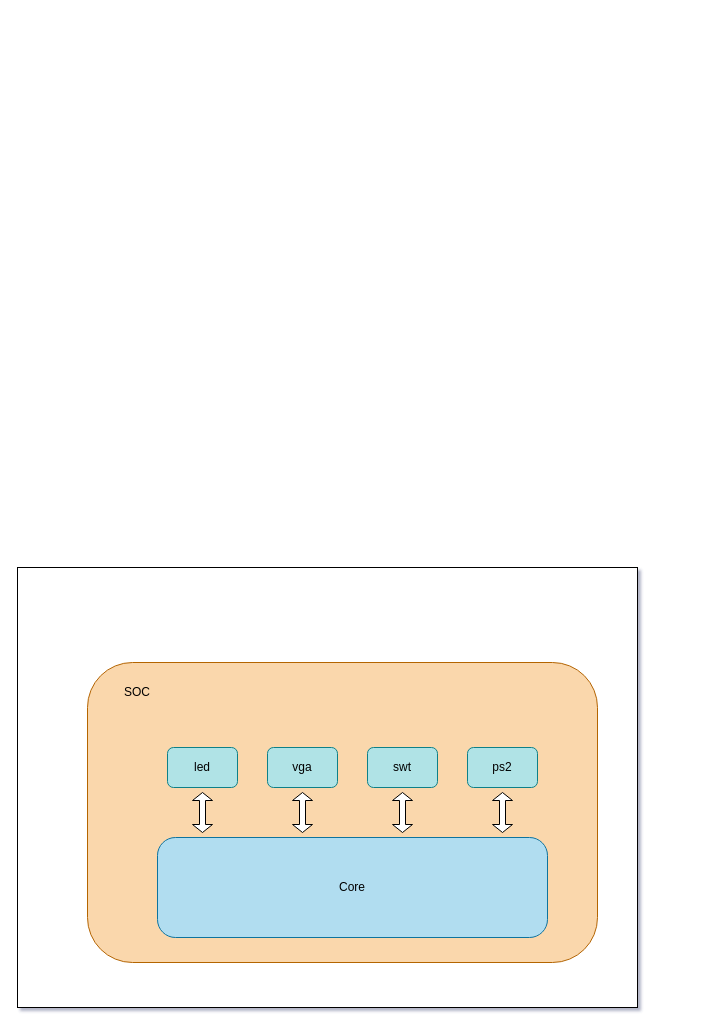
DavidZyy/drawio_repo keeps this draw.io diagram as page "Page-1" (1 of 2) of biyelunwen.drawio. Above is the earlier version. Source tidied: cells renumbered, new cells numbered last; positions are measured from the earlier drawing's top-left corner, leaving out a move shared by most shapes. Both pictures are drawn from the tidied source at 100%, with x=0, y=0 at pixel (17, 567).
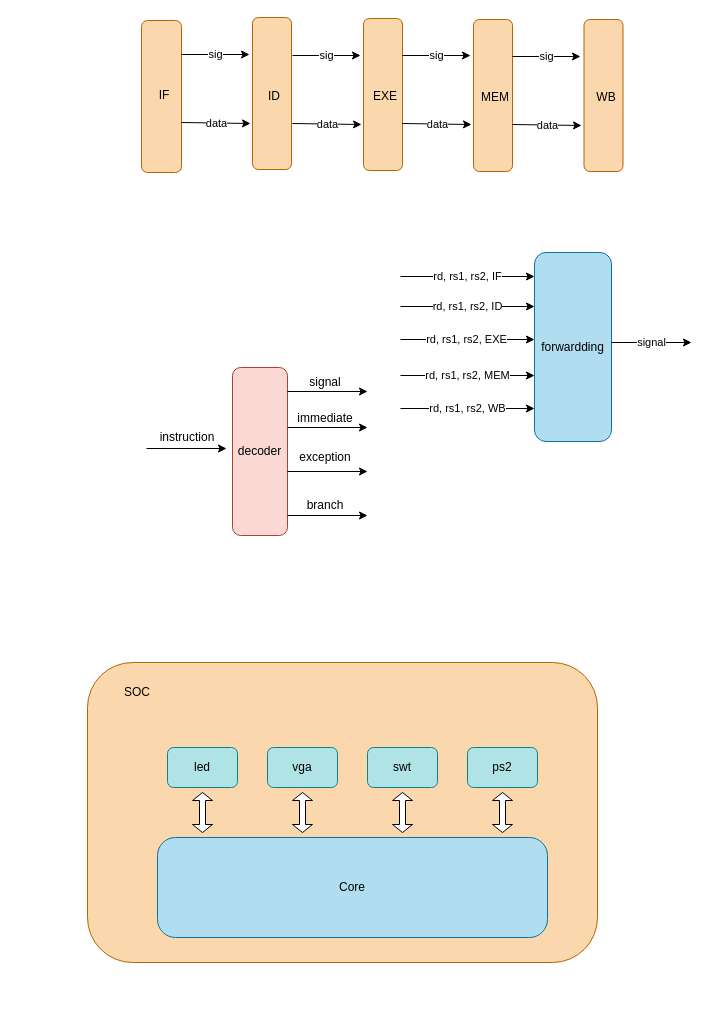
The same page after the edit.

What changed in the source:
```diff
@@
-<mxGraphModel shadow="1">
+<mxGraphModel background="#ffffff">
@@
-    <mxCell id="2" style="rounded=0;whiteSpace=wrap;html=1;" parent="1" vertex="1">
-      <mxGeometry width="620" height="440" as="geometry" />
-    </mxCell>
@@
+    <mxCell id="15" value="decoder" style="rounded=1;whiteSpace=wrap;html=1;shadow=0;fillColor=#fad9d5;strokeColor=#ae4132;" parent="1" vertex="1">
+      <mxGeometry x="215" y="-200" width="55" height="168" as="geometry" />
+    </mxCell>
+    <mxCell id="16" style="edgeStyle=none;orthogonalLoop=1;jettySize=auto;html=1;rounded=0;" parent="1" edge="1">
+      <mxGeometry relative="1" as="geometry">
+        <mxPoint x="129" y="-119" as="sourcePoint" />
+        <mxPoint x="209" y="-119" as="targetPoint" />
+      </mxGeometry>
+    </mxCell>
+    <mxCell id="17" value="instruction" style="text;strokeColor=none;align=center;fillColor=none;html=1;verticalAlign=middle;whiteSpace=wrap;rounded=0;" parent="1" vertex="1">
+      <mxGeometry x="140" y="-145" width="60" height="30" as="geometry" />
+    </mxCell>
+    <mxCell id="18" style="edgeStyle=none;orthogonalLoop=1;jettySize=auto;html=1;rounded=0;" parent="1" edge="1">
+      <mxGeometry relative="1" as="geometry">
+        <mxPoint x="270" y="-176" as="sourcePoint" />
+        <mxPoint x="350" y="-176" as="targetPoint" />
+      </mxGeometry>
+    </mxCell>
+    <mxCell id="19" style="edgeStyle=none;orthogonalLoop=1;jettySize=auto;html=1;rounded=0;" parent="1" edge="1">
+      <mxGeometry relative="1" as="geometry">
+        <mxPoint x="270" y="-140" as="sourcePoint" />
+        <mxPoint x="350" y="-140" as="targetPoint" />
+      </mxGeometry>
+    </mxCell>
+    <mxCell id="20" value="signal" style="text;strokeColor=none;align=center;fillColor=none;html=1;verticalAlign=middle;whiteSpace=wrap;rounded=0;" parent="1" vertex="1">
+      <mxGeometry x="278" y="-200" width="60" height="30" as="geometry" />
+    </mxCell>
+    <mxCell id="21" value="immediate" style="text;strokeColor=none;align=center;fillColor=none;html=1;verticalAlign=middle;whiteSpace=wrap;rounded=0;" parent="1" vertex="1">
+      <mxGeometry x="278" y="-164" width="60" height="30" as="geometry" />
+    </mxCell>
+    <mxCell id="22" value="exception" style="text;strokeColor=none;align=center;fillColor=none;html=1;verticalAlign=middle;whiteSpace=wrap;rounded=0;" parent="1" vertex="1">
+      <mxGeometry x="278" y="-125" width="60" height="30" as="geometry" />
+    </mxCell>
+    <mxCell id="23" style="edgeStyle=none;orthogonalLoop=1;jettySize=auto;html=1;rounded=0;" parent="1" edge="1">
+      <mxGeometry relative="1" as="geometry">
+        <mxPoint x="270" y="-96" as="sourcePoint" />
+        <mxPoint x="350" y="-96" as="targetPoint" />
+      </mxGeometry>
+    </mxCell>
+    <mxCell id="24" value="branch" style="text;strokeColor=none;align=center;fillColor=none;html=1;verticalAlign=middle;whiteSpace=wrap;rounded=0;" parent="1" vertex="1">
+      <mxGeometry x="278" y="-77" width="60" height="30" as="geometry" />
+    </mxCell>
+    <mxCell id="25" style="edgeStyle=none;orthogonalLoop=1;jettySize=auto;html=1;rounded=0;" parent="1" edge="1">
+      <mxGeometry relative="1" as="geometry">
+        <mxPoint x="270" y="-52" as="sourcePoint" />
+        <mxPoint x="350" y="-52" as="targetPoint" />
+      </mxGeometry>
+    </mxCell>
+    <mxCell id="26" value="forwardding" style="rounded=1;whiteSpace=wrap;html=1;fillColor=#b1ddf0;strokeColor=#10739e;" parent="1" vertex="1">
+      <mxGeometry x="517" y="-315" width="77" height="189" as="geometry" />
+    </mxCell>
+    <mxCell id="27" value="rd, rs1, rs2, IF" style="edgeStyle=none;orthogonalLoop=1;jettySize=auto;html=1;rounded=0;" parent="1" edge="1">
+      <mxGeometry relative="1" as="geometry">
+        <mxPoint x="383" y="-291" as="sourcePoint" />
+        <mxPoint x="517" y="-291" as="targetPoint" />
+      </mxGeometry>
+    </mxCell>
+    <mxCell id="28" value="rd, rs1, rs2, ID" style="edgeStyle=none;orthogonalLoop=1;jettySize=auto;html=1;rounded=0;" parent="1" edge="1">
+      <mxGeometry relative="1" as="geometry">
+        <mxPoint x="383" y="-261" as="sourcePoint" />
+        <mxPoint x="517" y="-261" as="targetPoint" />
+      </mxGeometry>
+    </mxCell>
+    <mxCell id="29" value="rd, rs1, rs2, EXE" style="edgeStyle=none;orthogonalLoop=1;jettySize=auto;html=1;rounded=0;" parent="1" edge="1">
+      <mxGeometry x="-0.01" relative="1" as="geometry">
+        <mxPoint x="383" y="-228" as="sourcePoint" />
+        <mxPoint x="517" y="-228" as="targetPoint" />
+      </mxGeometry>
+    </mxCell>
+    <mxCell id="30" value="rd, rs1, rs2, MEM" style="edgeStyle=none;orthogonalLoop=1;jettySize=auto;html=1;rounded=0;" parent="1" edge="1">
+      <mxGeometry relative="1" as="geometry">
+        <mxPoint x="383" y="-192" as="sourcePoint" />
+        <mxPoint x="517" y="-192" as="targetPoint" />
+      </mxGeometry>
+    </mxCell>
+    <mxCell id="31" value="rd, rs1, rs2, WB" style="edgeStyle=none;orthogonalLoop=1;jettySize=auto;html=1;rounded=0;" parent="1" edge="1">
+      <mxGeometry relative="1" as="geometry">
+        <mxPoint x="383" y="-159" as="sourcePoint" />
+        <mxPoint x="517" y="-159" as="targetPoint" />
+      </mxGeometry>
+    </mxCell>
+    <mxCell id="32" value="signal" style="edgeStyle=none;orthogonalLoop=1;jettySize=auto;html=1;rounded=0;" parent="1" edge="1">
+      <mxGeometry relative="1" as="geometry">
+        <mxPoint x="594" y="-225" as="sourcePoint" />
+        <mxPoint x="674" y="-225" as="targetPoint" />
+      </mxGeometry>
+    </mxCell>
+    <mxCell id="33" style="rounded=1;whiteSpace=wrap;html=1;fillColor=#fad7ac;strokeColor=#b46504;" parent="1" vertex="1">
+      <mxGeometry x="124" y="-547" width="40" height="152" as="geometry" />
+    </mxCell>
+    <mxCell id="34" style="rounded=1;whiteSpace=wrap;html=1;fillColor=#fad7ac;strokeColor=#b46504;" parent="1" vertex="1">
+      <mxGeometry x="235" y="-550" width="39" height="152" as="geometry" />
+    </mxCell>
+    <mxCell id="35" style="rounded=1;whiteSpace=wrap;html=1;fillColor=#fad7ac;strokeColor=#b46504;" parent="1" vertex="1">
+      <mxGeometry x="346" y="-549" width="39" height="152" as="geometry" />
+    </mxCell>
+    <mxCell id="36" style="rounded=1;whiteSpace=wrap;html=1;fillColor=#fad7ac;strokeColor=#b46504;" parent="1" vertex="1">
+      <mxGeometry x="456" y="-548" width="39" height="152" as="geometry" />
+    </mxCell>
+    <mxCell id="37" style="rounded=1;whiteSpace=wrap;html=1;fillColor=#fad7ac;strokeColor=#b46504;" parent="1" vertex="1">
+      <mxGeometry x="566.5" y="-548" width="39" height="152" as="geometry" />
+    </mxCell>
+    <mxCell id="38" value="IF" style="text;strokeColor=none;align=center;fillColor=none;html=1;verticalAlign=middle;whiteSpace=wrap;rounded=0;" parent="1" vertex="1">
+      <mxGeometry x="117" y="-487" width="60" height="30" as="geometry" />
+    </mxCell>
+    <mxCell id="39" value="ID" style="text;strokeColor=none;align=center;fillColor=none;html=1;verticalAlign=middle;whiteSpace=wrap;rounded=0;" parent="1" vertex="1">
+      <mxGeometry x="227" y="-486" width="60" height="30" as="geometry" />
+    </mxCell>
+    <mxCell id="40" value="EXE" style="text;strokeColor=none;align=center;fillColor=none;html=1;verticalAlign=middle;whiteSpace=wrap;rounded=0;" parent="1" vertex="1">
+      <mxGeometry x="338" y="-486" width="60" height="30" as="geometry" />
+    </mxCell>
+    <mxCell id="41" value="MEM" style="text;strokeColor=none;align=center;fillColor=none;html=1;verticalAlign=middle;whiteSpace=wrap;rounded=0;" parent="1" vertex="1">
+      <mxGeometry x="448" y="-485" width="60" height="30" as="geometry" />
+    </mxCell>
+    <mxCell id="42" value="WB" style="text;strokeColor=none;align=center;fillColor=none;html=1;verticalAlign=middle;whiteSpace=wrap;rounded=0;" parent="1" vertex="1">
+      <mxGeometry x="559" y="-485" width="60" height="30" as="geometry" />
+    </mxCell>
+    <mxCell id="43" value="data" style="edgeStyle=none;orthogonalLoop=1;jettySize=auto;html=1;rounded=0;" parent="1" edge="1">
+      <mxGeometry relative="1" as="geometry">
+        <mxPoint x="164" y="-445" as="sourcePoint" />
+        <mxPoint x="233" y="-444" as="targetPoint" />
+      </mxGeometry>
+    </mxCell>
+    <mxCell id="44" value="sig" style="edgeStyle=none;orthogonalLoop=1;jettySize=auto;html=1;rounded=0;" parent="1" edge="1">
+      <mxGeometry relative="1" as="geometry">
+        <mxPoint x="164" y="-513" as="sourcePoint" />
+        <mxPoint x="232" y="-513" as="targetPoint" />
+      </mxGeometry>
+    </mxCell>
+    <mxCell id="45" value="data" style="edgeStyle=none;orthogonalLoop=1;jettySize=auto;html=1;rounded=0;" parent="1" edge="1">
+      <mxGeometry relative="1" as="geometry">
+        <mxPoint x="275" y="-444" as="sourcePoint" />
+        <mxPoint x="344" y="-443" as="targetPoint" />
+      </mxGeometry>
+    </mxCell>
+    <mxCell id="46" value="sig" style="edgeStyle=none;orthogonalLoop=1;jettySize=auto;html=1;rounded=0;" parent="1" edge="1">
+      <mxGeometry relative="1" as="geometry">
+        <mxPoint x="275" y="-512" as="sourcePoint" />
+        <mxPoint x="343" y="-512" as="targetPoint" />
+      </mxGeometry>
+    </mxCell>
+    <mxCell id="47" value="data" style="edgeStyle=none;orthogonalLoop=1;jettySize=auto;html=1;rounded=0;" parent="1" edge="1">
+      <mxGeometry relative="1" as="geometry">
+        <mxPoint x="385" y="-444" as="sourcePoint" />
+        <mxPoint x="454" y="-443" as="targetPoint" />
+      </mxGeometry>
+    </mxCell>
+    <mxCell id="48" value="sig" style="edgeStyle=none;orthogonalLoop=1;jettySize=auto;html=1;rounded=0;" parent="1" edge="1">
+      <mxGeometry relative="1" as="geometry">
+        <mxPoint x="385" y="-512" as="sourcePoint" />
+        <mxPoint x="453" y="-512" as="targetPoint" />
+      </mxGeometry>
+    </mxCell>
+    <mxCell id="49" value="data" style="edgeStyle=none;orthogonalLoop=1;jettySize=auto;html=1;rounded=0;" parent="1" edge="1">
+      <mxGeometry relative="1" as="geometry">
+        <mxPoint x="495" y="-443" as="sourcePoint" />
+        <mxPoint x="564" y="-442" as="targetPoint" />
+      </mxGeometry>
+    </mxCell>
+    <mxCell id="50" value="sig" style="edgeStyle=none;orthogonalLoop=1;jettySize=auto;html=1;rounded=0;" parent="1" edge="1">
+      <mxGeometry relative="1" as="geometry">
+        <mxPoint x="495" y="-511" as="sourcePoint" />
+        <mxPoint x="563" y="-511" as="targetPoint" />
+      </mxGeometry>
+    </mxCell>
```
